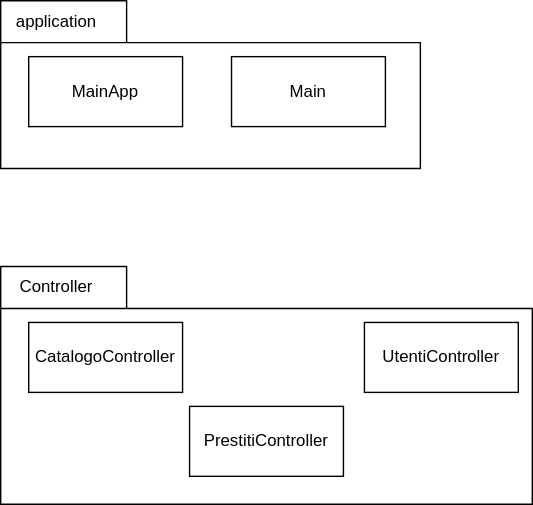
The draw.io diagram Design/DiagrammaPackage.svg in doppiaaa/Progetto-Biblioteca-Ingegneria-del-Software, before a commit. Source tidied: cells renumbered, new cells last; positions are measured from the earlier drawing's top-left corner, leaving out a move shared by most shapes. The source it was exported from:
```xml
<mxGraphModel>
  <root>
    <mxCell id="0" />
    <mxCell id="1" parent="0" />
    <mxCell id="2" style="shape=folder;fontStyle=1;spacingTop=10;tabWidth=90;tabHeight=30;tabPosition=left;html=1;whiteSpace=wrap;" parent="1" vertex="1">
      <mxGeometry y="190" width="380" height="170" as="geometry" />
    </mxCell>
    <mxCell id="3" style="shape=folder;fontStyle=1;spacingTop=10;tabWidth=90;tabHeight=30;tabPosition=left;html=1;whiteSpace=wrap;" parent="1" vertex="1">
      <mxGeometry width="300" height="120" as="geometry" />
    </mxCell>
    <mxCell id="4" value="MainApp" style="html=1;whiteSpace=wrap;" parent="1" vertex="1">
      <mxGeometry x="20" y="40" width="110" height="50" as="geometry" />
    </mxCell>
    <mxCell id="5" value="Main" style="html=1;whiteSpace=wrap;" parent="1" vertex="1">
      <mxGeometry x="165" y="40" width="110" height="50" as="geometry" />
    </mxCell>
    <mxCell id="6" value="application" style="text;html=1;whiteSpace=wrap;strokeColor=none;fillColor=none;align=center;verticalAlign=middle;rounded=0;" parent="1" vertex="1">
      <mxGeometry x="10" width="60" height="30" as="geometry" />
    </mxCell>
    <mxCell id="7" value="CatalogoController" style="html=1;whiteSpace=wrap;" parent="1" vertex="1">
      <mxGeometry x="20" y="230" width="110" height="50" as="geometry" />
    </mxCell>
    <mxCell id="8" value="PrestitiController" style="html=1;whiteSpace=wrap;" parent="1" vertex="1">
      <mxGeometry x="135" y="290" width="110" height="50" as="geometry" />
    </mxCell>
    <mxCell id="9" value="UtentiController" style="html=1;whiteSpace=wrap;" parent="1" vertex="1">
      <mxGeometry x="260" y="230" width="110" height="50" as="geometry" />
    </mxCell>
    <mxCell id="10" value="Controller" style="text;html=1;whiteSpace=wrap;strokeColor=none;fillColor=none;align=center;verticalAlign=middle;rounded=0;" parent="1" vertex="1">
      <mxGeometry x="10" y="190" width="60" height="30" as="geometry" />
    </mxCell>
  </root>
</mxGraphModel>
```
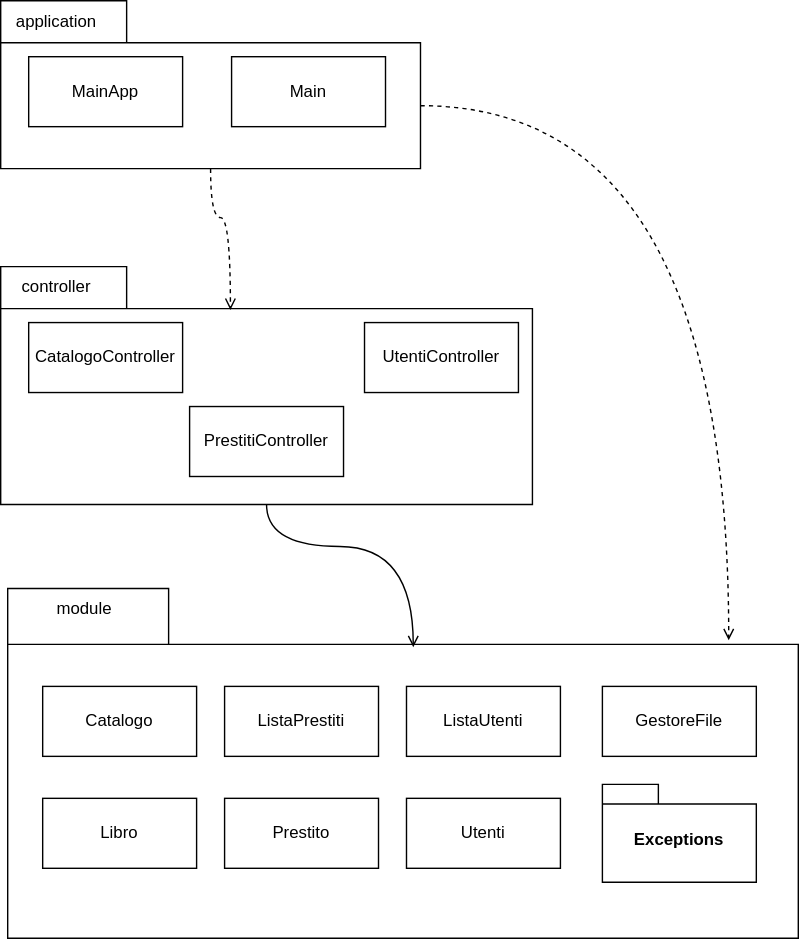
After the commit.

Diff of the diagram source:
```diff
@@ -26,8 +26,47 @@
     <mxCell id="9" value="UtentiController" style="html=1;whiteSpace=wrap;" parent="1" vertex="1">
       <mxGeometry x="260" y="230" width="110" height="50" as="geometry" />
     </mxCell>
-    <mxCell id="10" value="Controller" style="text;html=1;whiteSpace=wrap;strokeColor=none;fillColor=none;align=center;verticalAlign=middle;rounded=0;" parent="1" vertex="1">
+    <mxCell id="10" value="controller" style="text;html=1;whiteSpace=wrap;strokeColor=none;fillColor=none;align=center;verticalAlign=middle;rounded=0;" parent="1" vertex="1">
       <mxGeometry x="10" y="190" width="60" height="30" as="geometry" />
     </mxCell>
+    <mxCell id="11" style="shape=folder;fontStyle=1;spacingTop=10;tabWidth=115;tabHeight=40;tabPosition=left;html=1;whiteSpace=wrap;" parent="1" vertex="1">
+      <mxGeometry x="5" y="420" width="565" height="250" as="geometry" />
+    </mxCell>
+    <mxCell id="12" value="Catalogo" style="html=1;whiteSpace=wrap;" parent="1" vertex="1">
+      <mxGeometry x="30" y="490" width="110" height="50" as="geometry" />
+    </mxCell>
+    <mxCell id="13" value="ListaPrestiti" style="html=1;whiteSpace=wrap;" parent="1" vertex="1">
+      <mxGeometry x="160" y="490" width="110" height="50" as="geometry" />
+    </mxCell>
+    <mxCell id="14" value="Prestito" style="html=1;whiteSpace=wrap;" parent="1" vertex="1">
+      <mxGeometry x="160" y="570" width="110" height="50" as="geometry" />
+    </mxCell>
+    <mxCell id="15" value="Utenti" style="html=1;whiteSpace=wrap;" parent="1" vertex="1">
+      <mxGeometry x="290" y="570" width="110" height="50" as="geometry" />
+    </mxCell>
+    <mxCell id="16" value="Libro" style="html=1;whiteSpace=wrap;" parent="1" vertex="1">
+      <mxGeometry x="30" y="570" width="110" height="50" as="geometry" />
+    </mxCell>
+    <mxCell id="17" value="ListaUtenti" style="html=1;whiteSpace=wrap;" parent="1" vertex="1">
+      <mxGeometry x="290" y="490" width="110" height="50" as="geometry" />
+    </mxCell>
+    <mxCell id="18" value="GestoreFile" style="html=1;whiteSpace=wrap;" parent="1" vertex="1">
+      <mxGeometry x="430" y="490" width="110" height="50" as="geometry" />
+    </mxCell>
+    <mxCell id="19" value="Exceptions" style="shape=folder;fontStyle=1;spacingTop=10;tabWidth=40;tabHeight=14;tabPosition=left;html=1;whiteSpace=wrap;" parent="1" vertex="1">
+      <mxGeometry x="430" y="560" width="110" height="70" as="geometry" />
+    </mxCell>
+    <mxCell id="20" value="module" style="text;html=1;whiteSpace=wrap;strokeColor=none;fillColor=none;align=center;verticalAlign=middle;rounded=0;" parent="1" vertex="1">
+      <mxGeometry x="30" y="420" width="60" height="30" as="geometry" />
+    </mxCell>
+    <mxCell id="21" style="edgeStyle=orthogonalEdgeStyle;rounded=0;jettySize=auto;html=1;exitX=0.5;exitY=1;exitDx=0;exitDy=0;exitPerimeter=0;entryX=0.432;entryY=0.182;entryDx=0;entryDy=0;entryPerimeter=0;curved=1;dashed=1;endArrow=open;endFill=0;" parent="1" edge="1" source="3" target="2">
+      <mxGeometry relative="1" as="geometry" />
+    </mxCell>
+    <mxCell id="22" style="edgeStyle=orthogonalEdgeStyle;rounded=0;jettySize=auto;html=1;exitX=0;exitY=0;exitDx=300;exitDy=75;exitPerimeter=0;entryX=0.912;entryY=0.148;entryDx=0;entryDy=0;entryPerimeter=0;curved=1;endArrow=open;endFill=0;dashed=1;" parent="1" edge="1" source="3" target="11">
+      <mxGeometry relative="1" as="geometry" />
+    </mxCell>
+    <mxCell id="23" style="edgeStyle=orthogonalEdgeStyle;rounded=0;jettySize=auto;html=1;exitX=0.5;exitY=1;exitDx=0;exitDy=0;exitPerimeter=0;entryX=0.513;entryY=0.168;entryDx=0;entryDy=0;entryPerimeter=0;curved=1;endArrow=open;endFill=0;" parent="1" edge="1" source="2" target="11">
+      <mxGeometry relative="1" as="geometry" />
+    </mxCell>
   </root>
 </mxGraphModel>
```
